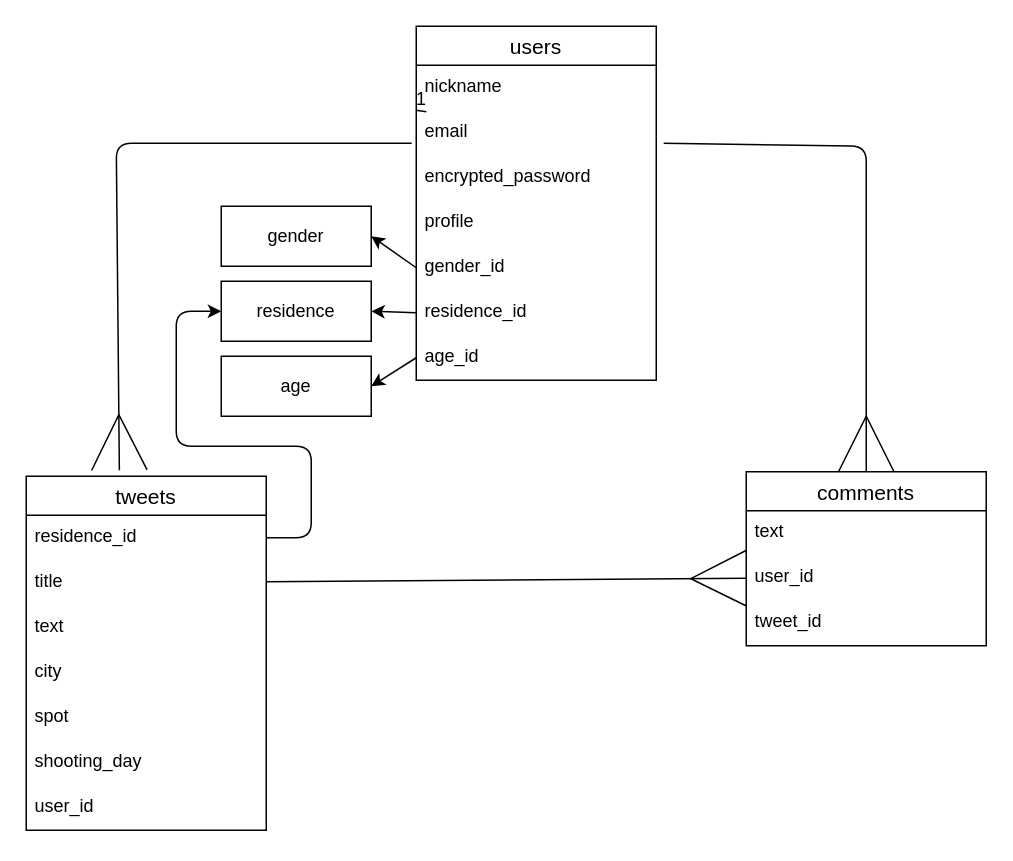
The draw.io diagram page "ページ1" (1 of 2) of test.dio in umeeee0325/trip-360, before the edit. Source tidied: cells renumbered, new cells numbered last; positions are measured from the earlier drawing's top-left corner, leaving out a move shared by most shapes. Both pictures are drawn from the tidied source at 150%, with x=0, y=0 at pixel (26, 26).
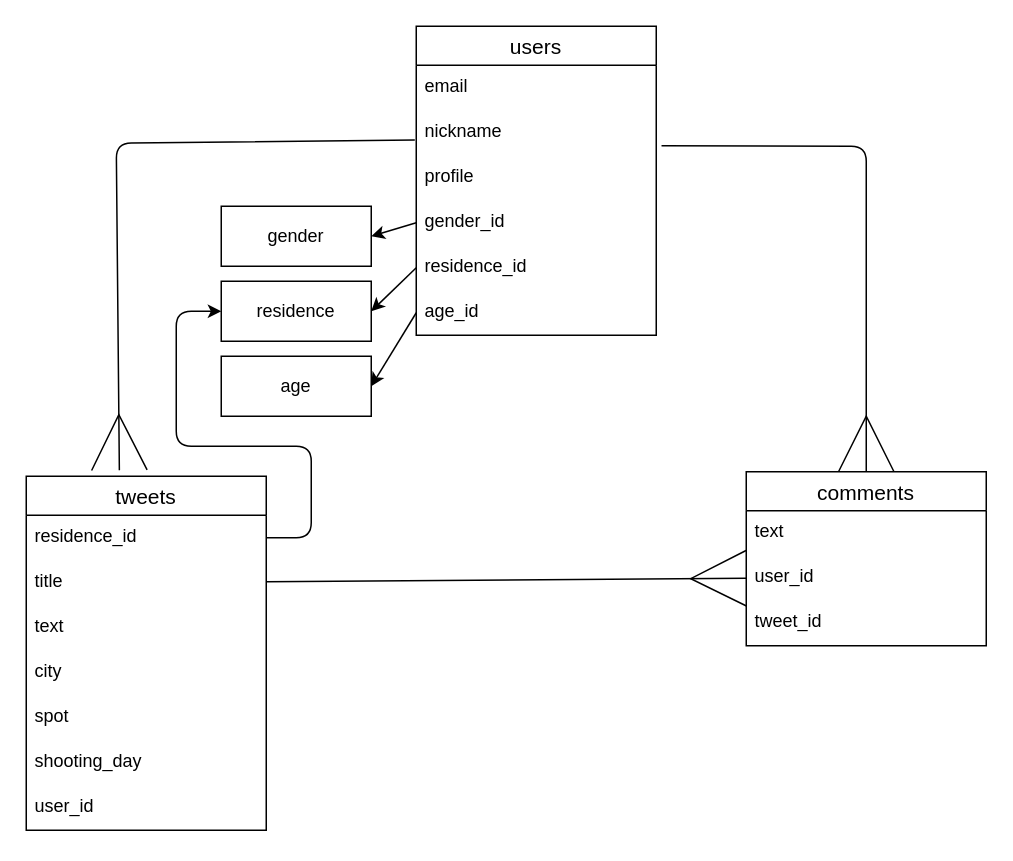
After the change.

The change refers to these unchanged cells:
```xml
<mxCell id="18" value="tweets" style="swimlane;fontStyle=0;horizontal=1;startSize=26;align=center;fontSize=14;" parent="1" vertex="1">
  <mxGeometry y="300" width="160" height="236" as="geometry" />
</mxCell>
<mxCell id="27" value="comments" style="swimlane;fontStyle=0;horizontal=1;startSize=26;align=center;fontSize=14;" parent="1" vertex="1">
  <mxGeometry x="480" y="297" width="160" height="116" as="geometry" />
</mxCell>
```

Diff of the diagram source:
```diff
@@
     <mxCell id="2" value="users" style="swimlane;fontStyle=0;horizontal=1;startSize=26;align=center;fontSize=14;" parent="1" vertex="1">
-      <mxGeometry x="260" width="160" height="236" as="geometry" />
+      <mxGeometry x="260" width="160" height="206" as="geometry" />
     </mxCell>
-    <mxCell id="3" style="endArrow=none;html=1;rounded=0;entryX=0.042;entryY=0.033;entryDx=0;entryDy=0;entryPerimeter=0;" parent="2" edge="1" target="6">
-      <mxGeometry relative="1" as="geometry">
-        <mxPoint y="56" as="sourcePoint" />
-      </mxGeometry>
-    </mxCell>
-    <mxCell id="4" value="1" style="html=1;align=right;verticalAlign=bottom;" parent="3" vertex="1">
-      <mxGeometry x="1" relative="1" as="geometry" />
-    </mxCell>
+    <mxCell id="6" value="email" style="text;strokeColor=none;fillColor=none;spacingLeft=4;spacingRight=4;overflow=hidden;points=[[0,0.5],[1,0.5]];portConstraint=eastwest;fontSize=12;" parent="2" vertex="1">
+      <mxGeometry y="26" width="160" height="30" as="geometry" />
+    </mxCell>
     <mxCell id="5" value="nickname" style="text;strokeColor=none;fillColor=none;spacingLeft=4;spacingRight=4;overflow=hidden;points=[[0,0.5],[1,0.5]];portConstraint=eastwest;fontSize=12;" parent="2" vertex="1">
-      <mxGeometry y="26" width="160" height="30" as="geometry" />
+      <mxGeometry y="56" width="160" height="30" as="geometry" />
     </mxCell>
-    <mxCell id="6" value="email" style="text;strokeColor=none;fillColor=none;spacingLeft=4;spacingRight=4;overflow=hidden;points=[[0,0.5],[1,0.5]];portConstraint=eastwest;fontSize=12;" parent="2" vertex="1">
-      <mxGeometry y="56" width="160" height="30" as="geometry" />
-    </mxCell>
-    <mxCell id="7" value="encrypted_password" style="text;strokeColor=none;fillColor=none;spacingLeft=4;spacingRight=4;overflow=hidden;fontSize=12;" parent="2" vertex="1">
-      <mxGeometry y="86" width="160" height="30" as="geometry" />
-    </mxCell>
     <mxCell id="8" value="profile" style="text;strokeColor=none;fillColor=none;spacingLeft=4;spacingRight=4;overflow=hidden;fontSize=12;" parent="2" vertex="1">
-      <mxGeometry y="116" width="160" height="30" as="geometry" />
+      <mxGeometry y="86" width="160" height="30" as="geometry" />
     </mxCell>
     <mxCell id="9" value="gender_id" style="text;strokeColor=none;fillColor=none;spacingLeft=4;spacingRight=4;overflow=hidden;points=[[0,0.5],[1,0.5]];portConstraint=eastwest;fontSize=12;" parent="2" vertex="1">
-      <mxGeometry y="146" width="160" height="30" as="geometry" />
+      <mxGeometry y="116" width="160" height="30" as="geometry" />
     </mxCell>
     <mxCell id="10" value="residence_id" style="text;strokeColor=none;fillColor=none;spacingLeft=4;spacingRight=4;overflow=hidden;points=[[0,0.5],[1,0.5]];portConstraint=eastwest;fontSize=12;" parent="2" vertex="1">
-      <mxGeometry y="176" width="160" height="30" as="geometry" />
+      <mxGeometry y="146" width="160" height="30" as="geometry" />
     </mxCell>
     <mxCell id="11" value="age_id" style="text;strokeColor=none;fillColor=none;spacingLeft=4;spacingRight=4;overflow=hidden;points=[[0,0.5],[1,0.5]];portConstraint=eastwest;fontSize=12;" parent="2" vertex="1">
-      <mxGeometry y="206" width="160" height="30" as="geometry" />
+      <mxGeometry y="176" width="160" height="30" as="geometry" />
     </mxCell>
@@
-    <mxCell id="31" style="edgeStyle=none;html=1;entryX=0.388;entryY=-0.017;entryDx=0;entryDy=0;entryPerimeter=0;exitX=-0.019;exitY=0.733;exitDx=0;exitDy=0;exitPerimeter=0;endArrow=ERmany;endFill=0;startSize=6;endSize=35;" parent="1" edge="1" source="6" target="18">
+    <mxCell id="31" style="edgeStyle=none;html=1;entryX=0.388;entryY=-0.017;entryDx=0;entryDy=0;entryPerimeter=0;exitX=-0.006;exitY=0.662;exitDx=0;exitDy=0;exitPerimeter=0;endArrow=ERmany;endFill=0;startSize=6;endSize=35;" parent="1" edge="1" source="5" target="18">
       <mxGeometry relative="1" as="geometry">
         <Array as="points">
           <mxPoint x="60" y="78" />
         </Array>
       </mxGeometry>
     </mxCell>
@@
-    <mxCell id="33" style="edgeStyle=none;html=1;endArrow=ERmany;endFill=0;startSize=6;endSize=35;exitX=1.031;exitY=0.733;exitDx=0;exitDy=0;exitPerimeter=0;entryX=0.5;entryY=0;entryDx=0;entryDy=0;" parent="1" edge="1" source="6" target="27">
+    <mxCell id="33" style="edgeStyle=none;html=1;endArrow=ERmany;endFill=0;startSize=6;endSize=35;exitX=1.022;exitY=0.791;exitDx=0;exitDy=0;exitPerimeter=0;entryX=0.5;entryY=0;entryDx=0;entryDy=0;" parent="1" edge="1" source="5" target="27">
       <mxGeometry relative="1" as="geometry">
         <Array as="points">
           <mxPoint x="560" y="80" />
         </Array>
       </mxGeometry>
     </mxCell>
```
